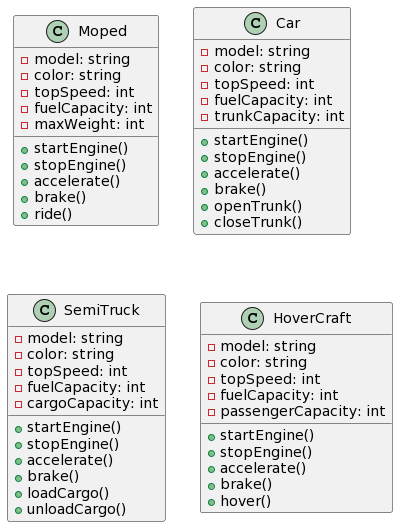
Above: LearnToCode/Workbook5/Mod01/ClassDiagram/Step1.png in RayMaroun/LearnToCode-FullRepo-Solutions (PlantUML), before the change.
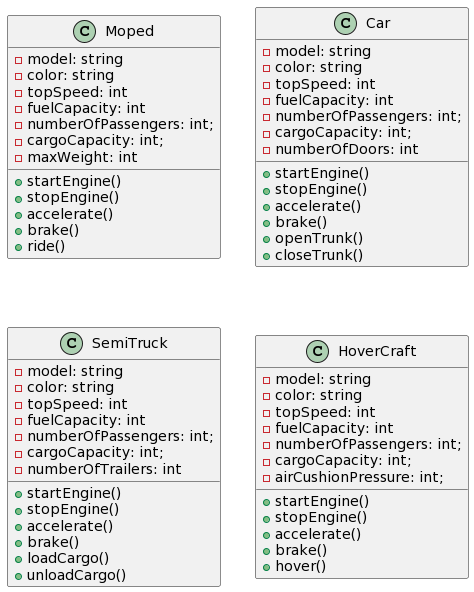
Above is the later version.

What changed in the source:
```diff
@@ -4,6 +4,8 @@
   - color: string
   - topSpeed: int
   - fuelCapacity: int
+  - numberOfPassengers: int;
+  - cargoCapacity: int;
   - maxWeight: int
   + startEngine()
   + stopEngine()
@@ -19,7 +21,9 @@
   - color: string
   - topSpeed: int
   - fuelCapacity: int
-  - trunkCapacity: int
+  - numberOfPassengers: int;
+  - cargoCapacity: int;
+  - numberOfDoors: int
   + startEngine()
   + stopEngine()
   + accelerate()
@@ -35,7 +39,9 @@
   - color: string
   - topSpeed: int
   - fuelCapacity: int
-  - cargoCapacity: int
+  - numberOfPassengers: int;
+  - cargoCapacity: int;
+  - numberOfTrailers: int
   + startEngine()
   + stopEngine()
   + accelerate()
@@ -52,7 +58,9 @@
   - color: string
   - topSpeed: int
   - fuelCapacity: int
-  - passengerCapacity: int
+  - numberOfPassengers: int;
+  - cargoCapacity: int;
+  - airCushionPressure: int;
   + startEngine()
   + stopEngine()
   + accelerate()
```
